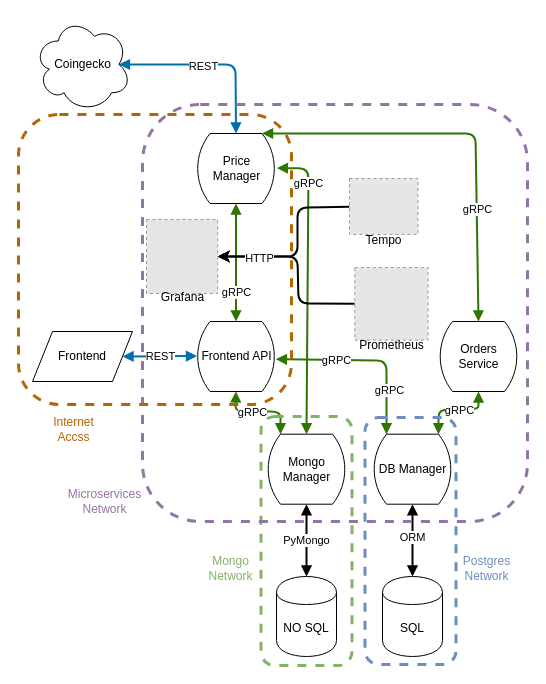
The draw.io diagram architecture.drawio in THD-C/.github, before the edit. Source tidied: cells renumbered, new cells numbered last; positions are measured from the earlier drawing's top-left corner, leaving out a move shared by most shapes. Both pictures are drawn from the tidied source at 100%, with x=0, y=0 at pixel (18, 17). Pictures stored in the file or linked from it are replaced by grey dashed boxes.
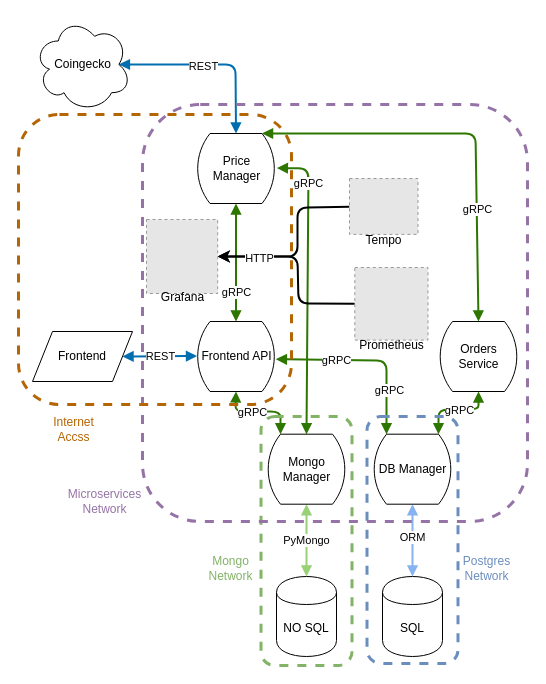
Above is the later version.

Unchanged cells that the change refers to:
```xml
<mxCell id="2" value="SQL" style="shape=cylinder;whiteSpace=wrap;html=1;boundedLbl=1;backgroundOutline=1;" parent="1" vertex="1">
  <mxGeometry x="364" y="559" width="60" height="80" as="geometry" />
</mxCell>
<mxCell id="18" value="DB Manager" style="html=1;dashed=0;whitespace=wrap;shape=mxgraph.dfd.loop;" parent="1" vertex="1">
  <mxGeometry x="354" y="416.7" width="80" height="70" as="geometry" />
</mxCell>
<mxCell id="25" value="NO SQL" style="shape=cylinder;whiteSpace=wrap;html=1;boundedLbl=1;backgroundOutline=1;" parent="1" vertex="1">
  <mxGeometry x="258" y="559" width="60" height="80" as="geometry" />
</mxCell>
<mxCell id="30" value="Mongo&lt;br&gt;Manager" style="html=1;dashed=0;whitespace=wrap;shape=mxgraph.dfd.loop;" parent="1" vertex="1">
  <mxGeometry x="248" y="416.7" width="80" height="70" as="geometry" />
</mxCell>
```

What changed in the source:
```diff
@@
-    <mxCell id="11" style="edgeStyle=none;html=1;exitX=0.5;exitY=1;exitDx=0;exitDy=0;exitPerimeter=0;entryX=0.5;entryY=0;entryDx=0;entryDy=0;endArrow=block;endFill=1;startArrow=block;startFill=1;strokeWidth=2;" parent="1" edge="1" source="18" target="2">
+    <mxCell id="11" style="edgeStyle=none;html=1;exitX=0.5;exitY=1;exitDx=0;exitDy=0;exitPerimeter=0;entryX=0.5;entryY=0;entryDx=0;entryDy=0;endArrow=block;endFill=1;startArrow=block;startFill=1;strokeWidth=2;fillColor=#dae8fc;strokeColor=#88B2F0;" parent="1" edge="1" source="18" target="2">
       <mxGeometry relative="1" as="geometry" />
     </mxCell>
@@
-    <mxCell id="24" value="PyMongo" style="edgeStyle=none;shape=connector;rounded=1;html=1;exitX=0.5;exitY=0;exitDx=0;exitDy=0;entryX=0.5;entryY=1;entryDx=0;entryDy=0;labelBackgroundColor=default;strokeColor=default;fontFamily=Helvetica;fontSize=11;fontColor=default;startArrow=block;startFill=1;endArrow=block;endFill=1;entryPerimeter=0;strokeWidth=2;" parent="1" edge="1" source="25" target="30">
+    <mxCell id="24" value="PyMongo" style="edgeStyle=none;shape=connector;rounded=1;html=1;exitX=0.5;exitY=0;exitDx=0;exitDy=0;entryX=0.5;entryY=1;entryDx=0;entryDy=0;labelBackgroundColor=default;strokeColor=#98D177;fontFamily=Helvetica;fontSize=11;fontColor=default;startArrow=block;startFill=1;endArrow=block;endFill=1;entryPerimeter=0;strokeWidth=2;fillColor=#d5e8d4;" parent="1" edge="1" source="25" target="30">
       <mxGeometry relative="1" as="geometry" />
     </mxCell>
@@
     <mxCell id="31" style="whiteSpace=wrap;html=1;fillColor=none;dashed=1;rounded=1;imageAspect=1;strokeColor=#6C8EBF;strokeWidth=3;" parent="1" vertex="1">
-      <mxGeometry x="346.5" y="400" width="91" height="247" as="geometry" />
+      <mxGeometry x="348.5" y="399" width="91" height="247" as="geometry" />
     </mxCell>
```
